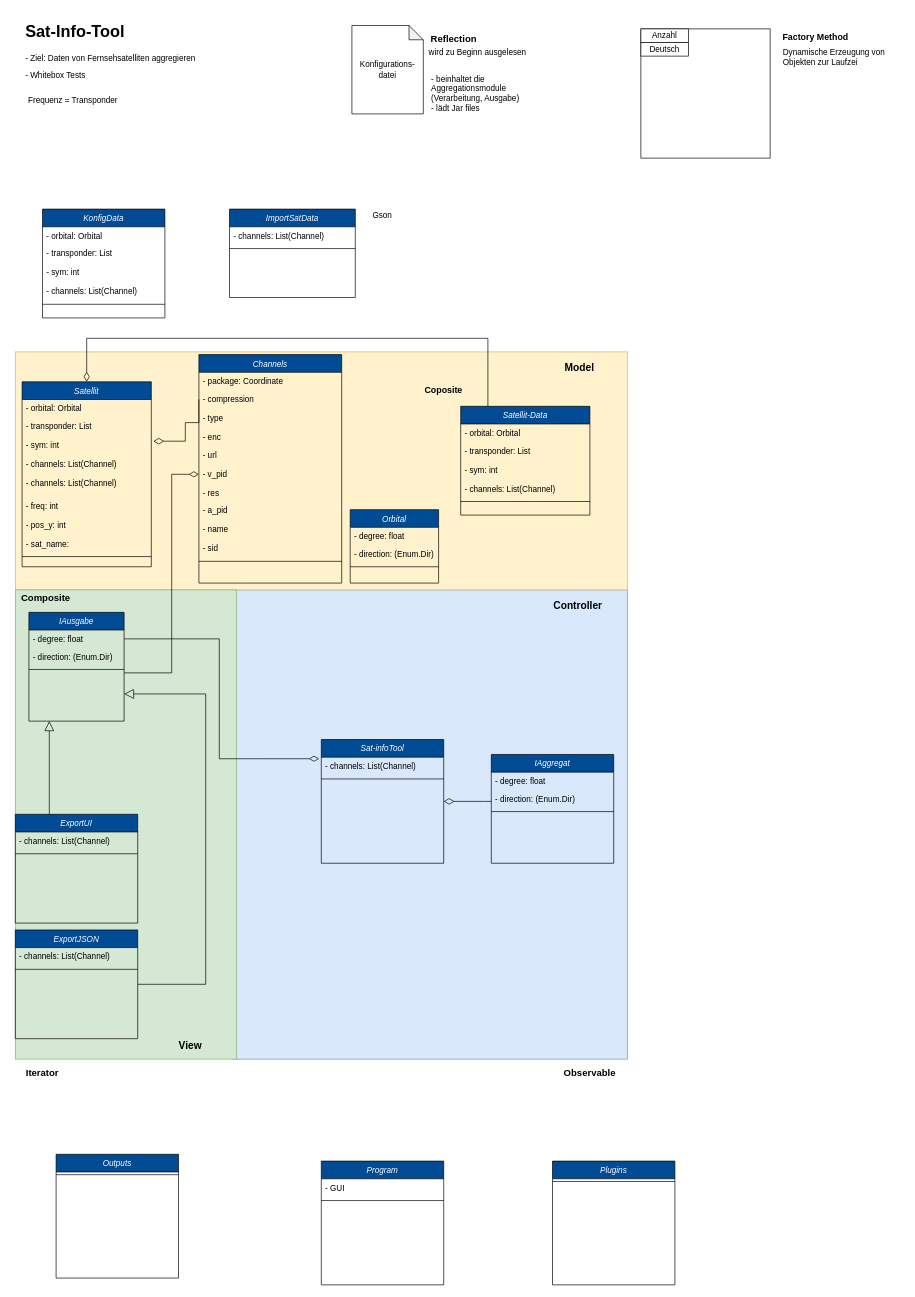
This is Sat-Info-Tool.drawio from AndelasOne/Sat-Info-Tool, a draw.io file, before an edit. Source tidied: cells renumbered, new cells numbered last; positions are measured from the earlier drawing's top-left corner, leaving out a move shared by most shapes. Both pictures are drawn from the tidied source at 68%, with x=0, y=0 at pixel (12, 18).
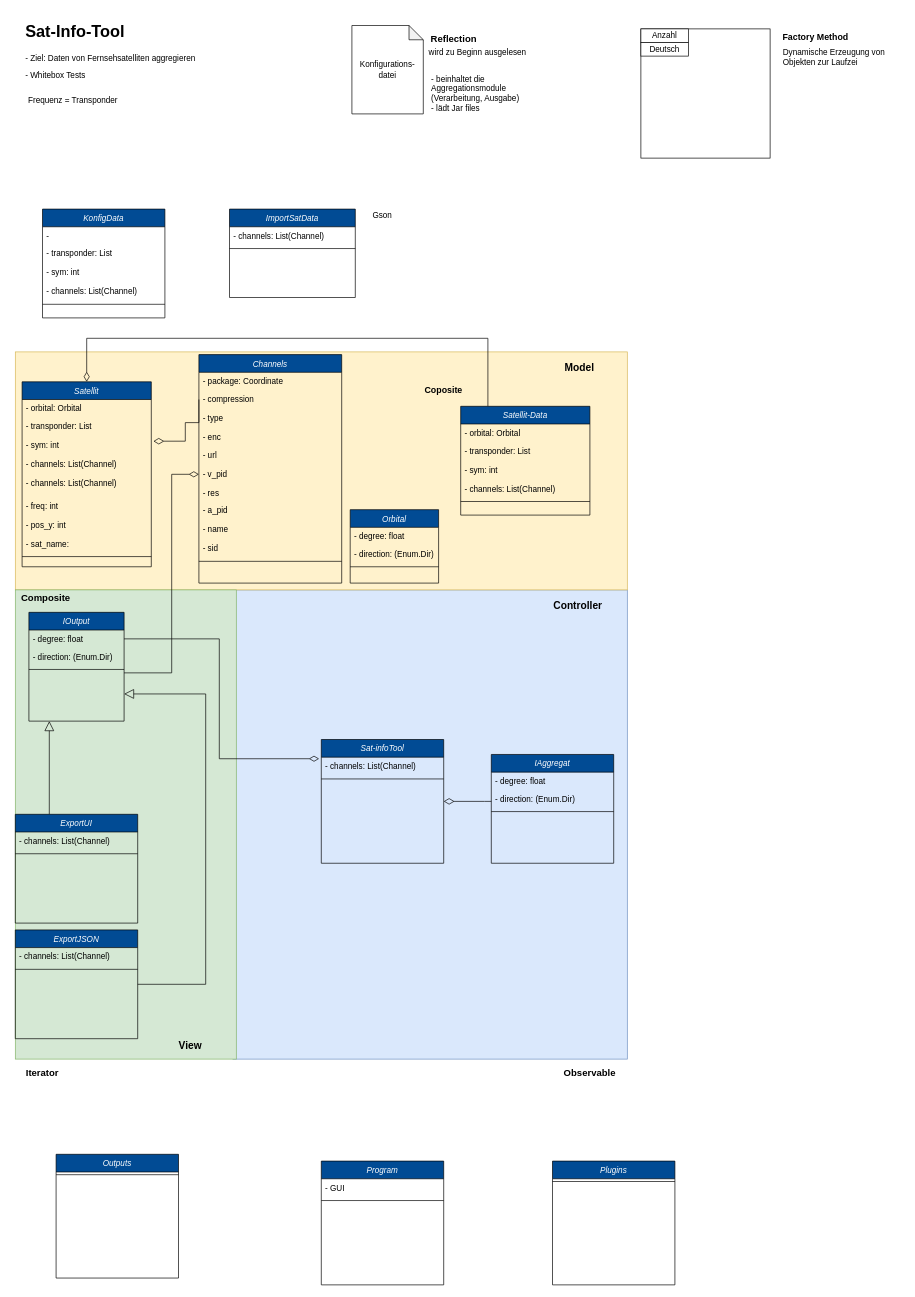
After the change.

The change refers to these unchanged cells:
```xml
<mxCell id="38" value="KonfigData" style="swimlane;fontStyle=2;align=center;verticalAlign=top;horizontal=1;startSize=26;rounded=0;shadow=0;strokeWidth=1;fillColor=#014B94;fontColor=#FFFFFF;" parent="1" vertex="1">
  <mxGeometry x="45" y="280" width="180" height="160" as="geometry" />
</mxCell>
```

Change to the diagram source:
```diff
@@
-    <mxCell id="39" value="- orbital: Orbital" style="text;align=left;verticalAlign=top;spacingLeft=4;spacingRight=4;overflow=hidden;" parent="38" vertex="1">
+    <mxCell id="39" value="- " style="text;align=left;verticalAlign=top;spacingLeft=4;spacingRight=4;overflow=hidden;" parent="38" vertex="1">
       <mxGeometry y="26" width="180" height="26" as="geometry" />
     </mxCell>
@@
-    <mxCell id="69" value="IAusgabe" style="swimlane;fontStyle=2;align=center;verticalAlign=top;horizontal=1;startSize=26;rounded=0;shadow=0;strokeWidth=1;fillColor=#014B94;fontColor=#FFFFFF;" parent="1" vertex="1">
+    <mxCell id="69" value="IOutput" style="swimlane;fontStyle=2;align=center;verticalAlign=top;horizontal=1;startSize=26;rounded=0;shadow=0;strokeWidth=1;fillColor=#014B94;fontColor=#FFFFFF;" parent="1" vertex="1">
       <mxGeometry x="25" y="873" width="140" height="160" as="geometry" />
     </mxCell>
```
